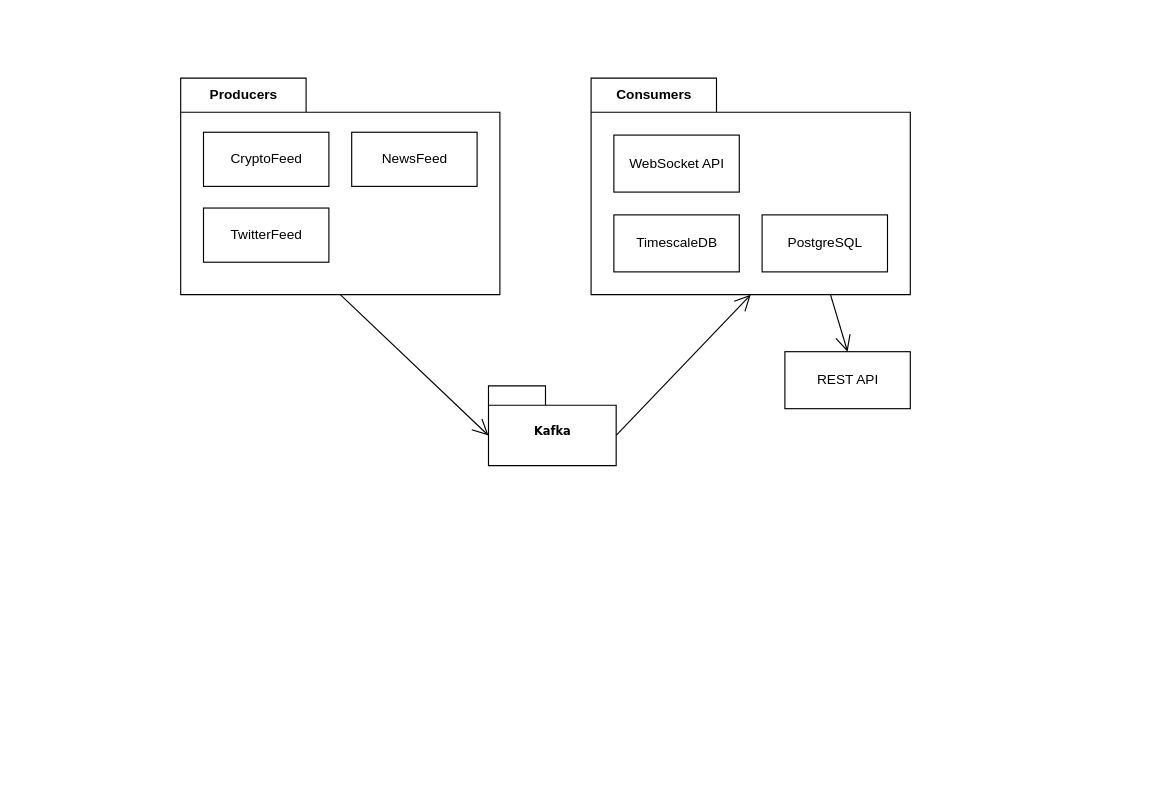
The draw.io diagram Untitled Diagram.drawio in alphabit1/arbi, before the edit. Source tidied: cells renumbered, new cells numbered last; positions are measured from the earlier drawing's top-left corner, leaving out a move shared by most shapes. Both pictures are drawn from the tidied source at 114%, with x=0, y=0 at pixel (180, 78).
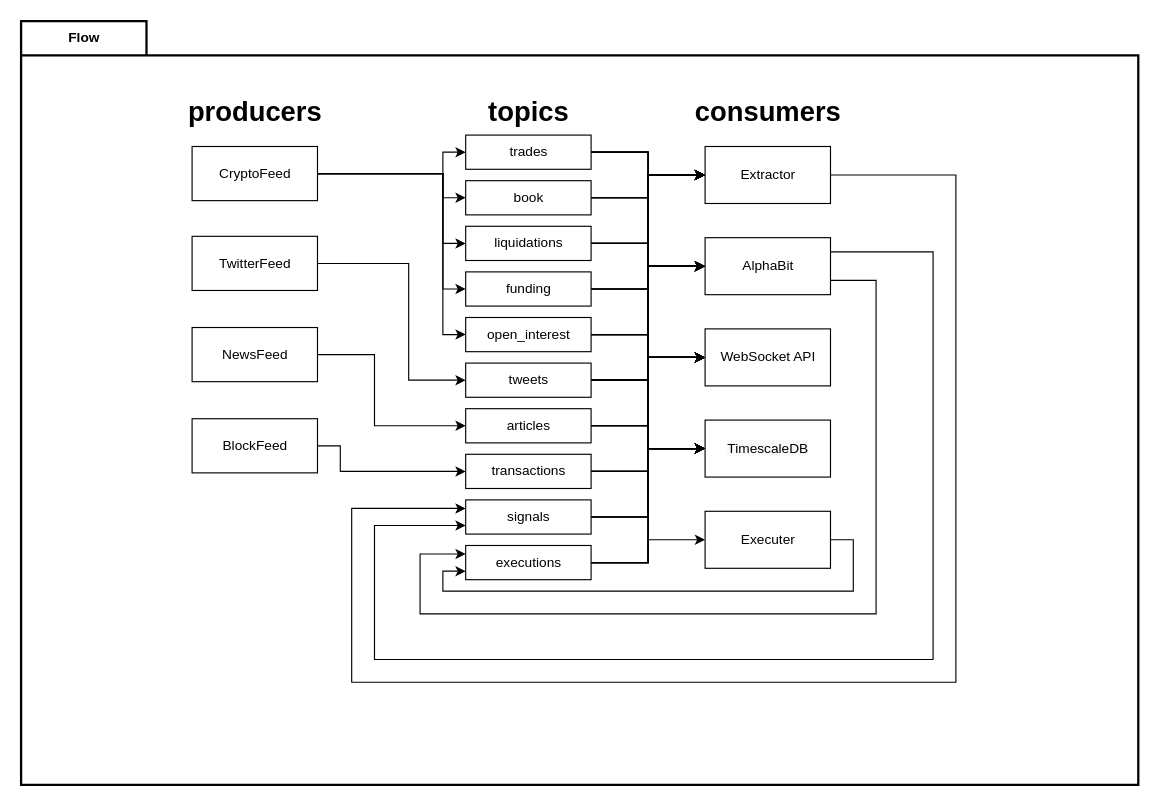
Above is the later version.

Diff of the diagram source:
```diff
@@
-    <mxCell id="2" value="Kafka" style="shape=folder;fontStyle=1;spacingTop=10;tabWidth=50;tabHeight=17;tabPosition=left;html=1;rounded=0;shadow=0;comic=0;labelBackgroundColor=none;strokeWidth=1;fontFamily=Verdana;fontSize=10;align=center;" parent="1" vertex="1">
-      <mxGeometry x="270" y="270" width="112" height="70" as="geometry" />
-    </mxCell>
-    <mxCell id="3" style="group;" parent="1" vertex="1">
-      <mxGeometry width="290" height="190" as="geometry" />
-    </mxCell>
-    <mxCell id="4" value="Producers" style="shape=folder;fontStyle=1;tabWidth=110;tabHeight=30;tabPosition=left;html=1;boundedLbl=1;labelInHeader=1;" parent="3" vertex="1">
-      <mxGeometry width="280" height="190" as="geometry" />
-    </mxCell>
+    <mxCell id="17" value="Flow" style="shape=folder;fontStyle=1;tabWidth=110;tabHeight=30;tabPosition=left;html=1;boundedLbl=1;labelInHeader=1;rounded=0;strokeColor=#000000;strokeWidth=2;fillColor=#FFFFFF;gradientColor=none;" parent="1" vertex="1">
+      <mxGeometry x="-140" y="-50" width="980" height="670" as="geometry" />
+    </mxCell>
+    <mxCell id="18" style="edgeStyle=orthogonalEdgeStyle;rounded=0;jettySize=auto;html=1;entryX=0;entryY=0.5;entryDx=0;entryDy=0;" parent="1" edge="1" source="73" target="81">
+      <mxGeometry relative="1" as="geometry" />
+    </mxCell>
+    <mxCell id="19" style="edgeStyle=orthogonalEdgeStyle;rounded=0;jettySize=auto;html=1;entryX=0;entryY=0.5;entryDx=0;entryDy=0;" parent="1" edge="1" source="68" target="81">
+      <mxGeometry relative="1" as="geometry" />
+    </mxCell>
+    <mxCell id="20" style="edgeStyle=orthogonalEdgeStyle;rounded=0;jettySize=auto;html=1;entryX=0;entryY=0.5;entryDx=0;entryDy=0;" parent="1" edge="1" source="74" target="81">
+      <mxGeometry relative="1" as="geometry" />
+    </mxCell>
+    <mxCell id="21" style="edgeStyle=orthogonalEdgeStyle;rounded=0;jettySize=auto;html=1;entryX=0;entryY=0.5;entryDx=0;entryDy=0;" parent="1" edge="1" source="75" target="81">
+      <mxGeometry relative="1" as="geometry" />
+    </mxCell>
+    <mxCell id="22" style="edgeStyle=orthogonalEdgeStyle;rounded=0;jettySize=auto;html=1;entryX=0;entryY=0.5;entryDx=0;entryDy=0;" parent="1" edge="1" source="76" target="81">
+      <mxGeometry relative="1" as="geometry" />
+    </mxCell>
+    <mxCell id="23" style="edgeStyle=orthogonalEdgeStyle;rounded=0;jettySize=auto;html=1;entryX=0;entryY=0.5;entryDx=0;entryDy=0;" parent="1" edge="1" source="69" target="81">
+      <mxGeometry relative="1" as="geometry" />
+    </mxCell>
+    <mxCell id="24" style="edgeStyle=orthogonalEdgeStyle;rounded=0;jettySize=auto;html=1;entryX=0;entryY=0.5;entryDx=0;entryDy=0;" parent="1" edge="1" source="70" target="81">
+      <mxGeometry relative="1" as="geometry" />
+    </mxCell>
+    <mxCell id="25" style="edgeStyle=orthogonalEdgeStyle;rounded=0;jettySize=auto;html=1;entryX=0;entryY=0.5;entryDx=0;entryDy=0;" parent="1" edge="1" source="71" target="81">
+      <mxGeometry relative="1" as="geometry" />
+    </mxCell>
+    <mxCell id="26" style="edgeStyle=orthogonalEdgeStyle;rounded=0;jettySize=auto;html=1;entryX=0;entryY=0.5;entryDx=0;entryDy=0;" parent="1" edge="1" source="72" target="81">
+      <mxGeometry relative="1" as="geometry" />
+    </mxCell>
+    <mxCell id="27" style="edgeStyle=orthogonalEdgeStyle;rounded=0;jettySize=auto;html=1;entryX=0;entryY=0.5;entryDx=0;entryDy=0;" parent="1" edge="1" source="77" target="12">
+      <mxGeometry relative="1" as="geometry">
+        <Array as="points">
+          <mxPoint x="410" y="425" />
+          <mxPoint x="410" y="405" />
+        </Array>
+      </mxGeometry>
+    </mxCell>
+    <mxCell id="28" style="edgeStyle=orthogonalEdgeStyle;rounded=0;jettySize=auto;html=1;entryX=0;entryY=0.5;entryDx=0;entryDy=0;exitX=1;exitY=0.5;exitDx=0;exitDy=0;" parent="1" edge="1" source="73" target="80">
+      <mxGeometry relative="1" as="geometry" />
+    </mxCell>
+    <mxCell id="29" style="edgeStyle=orthogonalEdgeStyle;rounded=0;jettySize=auto;html=1;entryX=0;entryY=0.5;entryDx=0;entryDy=0;exitX=1;exitY=0.5;exitDx=0;exitDy=0;" parent="1" edge="1" source="68" target="80">
+      <mxGeometry relative="1" as="geometry" />
+    </mxCell>
+    <mxCell id="30" style="edgeStyle=orthogonalEdgeStyle;rounded=0;jettySize=auto;html=1;entryX=0;entryY=0.5;entryDx=0;entryDy=0;exitX=1;exitY=0.5;exitDx=0;exitDy=0;" parent="1" edge="1" source="74" target="80">
+      <mxGeometry relative="1" as="geometry" />
+    </mxCell>
+    <mxCell id="31" style="edgeStyle=orthogonalEdgeStyle;rounded=0;jettySize=auto;html=1;entryX=0;entryY=0.5;entryDx=0;entryDy=0;exitX=1;exitY=0.5;exitDx=0;exitDy=0;" parent="1" edge="1" source="75" target="80">
+      <mxGeometry relative="1" as="geometry" />
+    </mxCell>
+    <mxCell id="32" style="edgeStyle=orthogonalEdgeStyle;rounded=0;jettySize=auto;html=1;entryX=0;entryY=0.5;entryDx=0;entryDy=0;exitX=1;exitY=0.5;exitDx=0;exitDy=0;" parent="1" edge="1" source="76" target="80">
+      <mxGeometry relative="1" as="geometry" />
+    </mxCell>
+    <mxCell id="33" style="edgeStyle=orthogonalEdgeStyle;rounded=0;jettySize=auto;html=1;entryX=0;entryY=0.5;entryDx=0;entryDy=0;exitX=1;exitY=0.5;exitDx=0;exitDy=0;" parent="1" edge="1" source="69" target="80">
+      <mxGeometry relative="1" as="geometry" />
+    </mxCell>
+    <mxCell id="34" style="edgeStyle=orthogonalEdgeStyle;rounded=0;jettySize=auto;html=1;entryX=0;entryY=0.5;entryDx=0;entryDy=0;exitX=1;exitY=0.5;exitDx=0;exitDy=0;" parent="1" edge="1" source="69" target="80">
+      <mxGeometry relative="1" as="geometry" />
+    </mxCell>
+    <mxCell id="35" style="edgeStyle=orthogonalEdgeStyle;rounded=0;jettySize=auto;html=1;entryX=0;entryY=0.5;entryDx=0;entryDy=0;exitX=1;exitY=0.5;exitDx=0;exitDy=0;" parent="1" edge="1" source="70" target="80">
+      <mxGeometry relative="1" as="geometry" />
+    </mxCell>
+    <mxCell id="36" style="edgeStyle=orthogonalEdgeStyle;rounded=0;jettySize=auto;html=1;entryX=0;entryY=0.5;entryDx=0;entryDy=0;exitX=1;exitY=0.5;exitDx=0;exitDy=0;" parent="1" edge="1" source="71" target="80">
+      <mxGeometry relative="1" as="geometry" />
+    </mxCell>
+    <mxCell id="37" style="edgeStyle=orthogonalEdgeStyle;rounded=0;jettySize=auto;html=1;entryX=0;entryY=0.5;entryDx=0;entryDy=0;exitX=1;exitY=0.5;exitDx=0;exitDy=0;" parent="1" edge="1" source="72" target="80">
+      <mxGeometry relative="1" as="geometry" />
+    </mxCell>
+    <mxCell id="38" style="edgeStyle=orthogonalEdgeStyle;rounded=0;jettySize=auto;html=1;entryX=0;entryY=0.5;entryDx=0;entryDy=0;exitX=1;exitY=0.5;exitDx=0;exitDy=0;" parent="1" edge="1" source="73" target="79">
+      <mxGeometry relative="1" as="geometry" />
+    </mxCell>
+    <mxCell id="39" style="edgeStyle=orthogonalEdgeStyle;rounded=0;jettySize=auto;html=1;entryX=0;entryY=0.5;entryDx=0;entryDy=0;exitX=1;exitY=0.5;exitDx=0;exitDy=0;" parent="1" edge="1" source="68" target="79">
+      <mxGeometry relative="1" as="geometry" />
+    </mxCell>
+    <mxCell id="40" style="edgeStyle=orthogonalEdgeStyle;rounded=0;jettySize=auto;html=1;entryX=0;entryY=0.5;entryDx=0;entryDy=0;exitX=1;exitY=0.5;exitDx=0;exitDy=0;" parent="1" edge="1" source="74" target="79">
+      <mxGeometry relative="1" as="geometry" />
+    </mxCell>
+    <mxCell id="41" style="edgeStyle=orthogonalEdgeStyle;rounded=0;jettySize=auto;html=1;entryX=0;entryY=0.5;entryDx=0;entryDy=0;exitX=1;exitY=0.5;exitDx=0;exitDy=0;" parent="1" edge="1" source="75" target="79">
+      <mxGeometry relative="1" as="geometry" />
+    </mxCell>
+    <mxCell id="42" style="edgeStyle=orthogonalEdgeStyle;rounded=0;jettySize=auto;html=1;entryX=0;entryY=0.5;entryDx=0;entryDy=0;exitX=1;exitY=0.5;exitDx=0;exitDy=0;" parent="1" edge="1" source="76" target="79">
+      <mxGeometry relative="1" as="geometry" />
+    </mxCell>
+    <mxCell id="43" style="edgeStyle=orthogonalEdgeStyle;rounded=0;jettySize=auto;html=1;entryX=0;entryY=0.5;entryDx=0;entryDy=0;exitX=1;exitY=0.5;exitDx=0;exitDy=0;" parent="1" edge="1" source="69" target="79">
+      <mxGeometry relative="1" as="geometry" />
+    </mxCell>
+    <mxCell id="44" style="edgeStyle=orthogonalEdgeStyle;rounded=0;jettySize=auto;html=1;entryX=0;entryY=0.5;entryDx=0;entryDy=0;exitX=1;exitY=0.5;exitDx=0;exitDy=0;" parent="1" edge="1" source="70" target="79">
+      <mxGeometry relative="1" as="geometry" />
+    </mxCell>
+    <mxCell id="45" style="edgeStyle=orthogonalEdgeStyle;rounded=0;jettySize=auto;html=1;entryX=0;entryY=0.5;entryDx=0;entryDy=0;exitX=1;exitY=0.5;exitDx=0;exitDy=0;" parent="1" edge="1" source="71" target="79">
+      <mxGeometry relative="1" as="geometry" />
+    </mxCell>
+    <mxCell id="46" style="edgeStyle=orthogonalEdgeStyle;rounded=0;jettySize=auto;html=1;entryX=0;entryY=0.5;entryDx=0;entryDy=0;exitX=1;exitY=0.5;exitDx=0;exitDy=0;" parent="1" edge="1" source="72" target="79">
+      <mxGeometry relative="1" as="geometry" />
+    </mxCell>
+    <mxCell id="47" style="edgeStyle=orthogonalEdgeStyle;rounded=0;jettySize=auto;html=1;entryX=0;entryY=0.5;entryDx=0;entryDy=0;exitX=1;exitY=0.5;exitDx=0;exitDy=0;" parent="1" edge="1" source="72" target="11">
+      <mxGeometry relative="1" as="geometry" />
+    </mxCell>
+    <mxCell id="48" style="edgeStyle=orthogonalEdgeStyle;rounded=0;jettySize=auto;html=1;entryX=0;entryY=0.5;entryDx=0;entryDy=0;exitX=1;exitY=0.5;exitDx=0;exitDy=0;" parent="1" edge="1" source="71" target="11">
+      <mxGeometry relative="1" as="geometry" />
+    </mxCell>
+    <mxCell id="49" style="edgeStyle=orthogonalEdgeStyle;rounded=0;jettySize=auto;html=1;entryX=0;entryY=0.5;entryDx=0;entryDy=0;exitX=1;exitY=0.5;exitDx=0;exitDy=0;" parent="1" edge="1" source="70" target="11">
+      <mxGeometry relative="1" as="geometry" />
+    </mxCell>
+    <mxCell id="50" style="edgeStyle=orthogonalEdgeStyle;rounded=0;jettySize=auto;html=1;entryX=0;entryY=0.5;entryDx=0;entryDy=0;exitX=1;exitY=0.5;exitDx=0;exitDy=0;" parent="1" edge="1" source="69" target="11">
+      <mxGeometry relative="1" as="geometry" />
+    </mxCell>
+    <mxCell id="51" style="edgeStyle=orthogonalEdgeStyle;rounded=0;jettySize=auto;html=1;entryX=0;entryY=0.5;entryDx=0;entryDy=0;exitX=1;exitY=0.5;exitDx=0;exitDy=0;" parent="1" edge="1" source="76" target="11">
+      <mxGeometry relative="1" as="geometry" />
+    </mxCell>
+    <mxCell id="52" style="edgeStyle=orthogonalEdgeStyle;rounded=0;jettySize=auto;html=1;entryX=0;entryY=0.5;entryDx=0;entryDy=0;exitX=1;exitY=0.5;exitDx=0;exitDy=0;" parent="1" edge="1" source="75" target="11">
+      <mxGeometry relative="1" as="geometry" />
+    </mxCell>
+    <mxCell id="53" style="edgeStyle=orthogonalEdgeStyle;rounded=0;jettySize=auto;html=1;entryX=0;entryY=0.5;entryDx=0;entryDy=0;exitX=1;exitY=0.5;exitDx=0;exitDy=0;" parent="1" edge="1" source="74" target="11">
+      <mxGeometry relative="1" as="geometry" />
+    </mxCell>
+    <mxCell id="54" style="edgeStyle=orthogonalEdgeStyle;rounded=0;jettySize=auto;html=1;entryX=0;entryY=0.5;entryDx=0;entryDy=0;exitX=1;exitY=0.5;exitDx=0;exitDy=0;" parent="1" edge="1" source="68" target="11">
+      <mxGeometry relative="1" as="geometry" />
+    </mxCell>
+    <mxCell id="55" style="edgeStyle=orthogonalEdgeStyle;rounded=0;jettySize=auto;html=1;entryX=0;entryY=0.5;entryDx=0;entryDy=0;exitX=1;exitY=0.5;exitDx=0;exitDy=0;" parent="1" edge="1" source="73" target="11">
+      <mxGeometry relative="1" as="geometry" />
+    </mxCell>
+    <mxCell id="56" style="edgeStyle=orthogonalEdgeStyle;rounded=0;jettySize=auto;html=1;entryX=0;entryY=0.25;entryDx=0;entryDy=0;" parent="1" edge="1" source="80" target="72">
+      <mxGeometry relative="1" as="geometry">
+        <Array as="points">
+          <mxPoint x="680" y="85" />
+          <mxPoint x="680" y="530" />
+          <mxPoint x="150" y="530" />
+          <mxPoint x="150" y="378" />
+        </Array>
+      </mxGeometry>
+    </mxCell>
+    <mxCell id="57" style="edgeStyle=orthogonalEdgeStyle;rounded=0;jettySize=auto;html=1;entryX=0;entryY=0.75;entryDx=0;entryDy=0;exitX=1;exitY=0.25;exitDx=0;exitDy=0;" parent="1" edge="1" source="81" target="72">
+      <mxGeometry relative="1" as="geometry">
+        <Array as="points">
+          <mxPoint x="660" y="153" />
+          <mxPoint x="660" y="510" />
+          <mxPoint x="170" y="510" />
+          <mxPoint x="170" y="393" />
+        </Array>
+      </mxGeometry>
+    </mxCell>
+    <mxCell id="58" style="edgeStyle=orthogonalEdgeStyle;rounded=0;jettySize=auto;html=1;entryX=0;entryY=0.5;entryDx=0;entryDy=0;" parent="1" edge="1" source="5" target="73">
+      <mxGeometry relative="1" as="geometry">
+        <Array as="points">
+          <mxPoint x="230" y="84" />
+          <mxPoint x="230" y="65" />
+        </Array>
+      </mxGeometry>
+    </mxCell>
+    <mxCell id="59" style="edgeStyle=orthogonalEdgeStyle;rounded=0;jettySize=auto;html=1;entryX=0;entryY=0.5;entryDx=0;entryDy=0;exitX=1;exitY=0.5;exitDx=0;exitDy=0;" parent="1" edge="1" source="5" target="68">
+      <mxGeometry relative="1" as="geometry">
+        <Array as="points">
+          <mxPoint x="230" y="84" />
+          <mxPoint x="230" y="105" />
+        </Array>
+      </mxGeometry>
+    </mxCell>
+    <mxCell id="60" style="edgeStyle=orthogonalEdgeStyle;rounded=0;jettySize=auto;html=1;entryX=0;entryY=0.5;entryDx=0;entryDy=0;exitX=1;exitY=0.5;exitDx=0;exitDy=0;" parent="1" edge="1" source="5" target="74">
+      <mxGeometry relative="1" as="geometry">
+        <Array as="points">
+          <mxPoint x="230" y="84" />
+          <mxPoint x="230" y="145" />
+        </Array>
+      </mxGeometry>
+    </mxCell>
+    <mxCell id="61" style="edgeStyle=orthogonalEdgeStyle;rounded=0;jettySize=auto;html=1;entryX=0;entryY=0.5;entryDx=0;entryDy=0;exitX=1;exitY=0.5;exitDx=0;exitDy=0;" parent="1" edge="1" source="5" target="75">
+      <mxGeometry relative="1" as="geometry">
+        <Array as="points">
+          <mxPoint x="230" y="84" />
+          <mxPoint x="230" y="185" />
+        </Array>
+      </mxGeometry>
+    </mxCell>
+    <mxCell id="62" style="edgeStyle=orthogonalEdgeStyle;rounded=0;jettySize=auto;html=1;entryX=0;entryY=0.5;entryDx=0;entryDy=0;exitX=1;exitY=0.5;exitDx=0;exitDy=0;" parent="1" edge="1" source="5" target="76">
+      <mxGeometry relative="1" as="geometry">
+        <Array as="points">
+          <mxPoint x="230" y="84" />
+          <mxPoint x="230" y="225" />
+        </Array>
+      </mxGeometry>
+    </mxCell>
+    <mxCell id="63" style="edgeStyle=orthogonalEdgeStyle;rounded=0;jettySize=auto;html=1;entryX=0;entryY=0.5;entryDx=0;entryDy=0;" parent="1" edge="1" source="7" target="69">
+      <mxGeometry relative="1" as="geometry">
+        <Array as="points">
+          <mxPoint x="200" y="163" />
+          <mxPoint x="200" y="265" />
+        </Array>
+      </mxGeometry>
+    </mxCell>
+    <mxCell id="64" style="edgeStyle=orthogonalEdgeStyle;rounded=0;jettySize=auto;html=1;entryX=0;entryY=0.5;entryDx=0;entryDy=0;" parent="1" edge="1" source="6" target="70">
+      <mxGeometry relative="1" as="geometry">
+        <Array as="points">
+          <mxPoint x="170" y="243" />
+          <mxPoint x="170" y="305" />
+        </Array>
+      </mxGeometry>
+    </mxCell>
+    <mxCell id="6" value="NewsFeed" style="html=1;" parent="1" vertex="1">
+      <mxGeometry x="10" y="218.8" width="110" height="47.5" as="geometry" />
+    </mxCell>
-    <mxCell id="5" value="CryptoFeed" style="html=1;" parent="3" vertex="1">
-      <mxGeometry x="20" y="47.5" width="110" height="47.5" as="geometry" />
+    <mxCell id="5" value="CryptoFeed" style="html=1;" parent="1" vertex="1">
+      <mxGeometry x="10" y="60" width="110" height="47.5" as="geometry" />
     </mxCell>
-    <mxCell id="6" value="NewsFeed" style="html=1;" parent="3" vertex="1">
-      <mxGeometry x="150" y="47.5" width="110" height="47.5" as="geometry" />
-    </mxCell>
-    <mxCell id="7" value="TwitterFeed" style="html=1;" parent="3" vertex="1">
-      <mxGeometry x="20" y="114" width="110" height="47.5" as="geometry" />
+    <mxCell id="7" value="TwitterFeed" style="html=1;" parent="1" vertex="1">
+      <mxGeometry x="10" y="138.8" width="110" height="47.5" as="geometry" />
     </mxCell>
-    <mxCell id="8" value="REST API" style="html=1;" parent="1" vertex="1">
-      <mxGeometry x="530" y="240" width="110" height="50" as="geometry" />
-    </mxCell>
-    <mxCell id="9" style="group;" parent="1" vertex="1">
-      <mxGeometry x="360" width="280" height="190" as="geometry" />
-    </mxCell>
-    <mxCell id="10" value="Consumers" style="shape=folder;fontStyle=1;tabWidth=110;tabHeight=30;tabPosition=left;html=1;boundedLbl=1;labelInHeader=1;" parent="9" vertex="1">
-      <mxGeometry width="280" height="190" as="geometry" />
-    </mxCell>
+    <mxCell id="65" style="edgeStyle=orthogonalEdgeStyle;rounded=0;jettySize=auto;html=1;entryX=0;entryY=0.5;entryDx=0;entryDy=0;" parent="1" edge="1" source="66" target="71">
+      <mxGeometry relative="1" as="geometry">
+        <Array as="points">
+          <mxPoint x="140" y="323" />
+          <mxPoint x="140" y="345" />
+        </Array>
+      </mxGeometry>
+    </mxCell>
+    <mxCell id="66" value="BlockFeed" style="html=1;" parent="1" vertex="1">
+      <mxGeometry x="10" y="298.8" width="110" height="47.5" as="geometry" />
+    </mxCell>
+    <mxCell id="67" style="group;" parent="1" vertex="1">
+      <mxGeometry x="250" y="50" width="110" height="390" as="geometry" />
+    </mxCell>
+    <mxCell id="68" value="book" style="html=1;" parent="67" vertex="1">
+      <mxGeometry y="40" width="110" height="30" as="geometry" />
+    </mxCell>
+    <mxCell id="69" value="tweets" style="html=1;" parent="67" vertex="1">
+      <mxGeometry y="200" width="110" height="30" as="geometry" />
+    </mxCell>
+    <mxCell id="70" value="articles" style="html=1;" parent="67" vertex="1">
+      <mxGeometry y="240" width="110" height="30" as="geometry" />
+    </mxCell>
+    <mxCell id="71" value="transactions" style="html=1;" parent="67" vertex="1">
+      <mxGeometry y="280" width="110" height="30" as="geometry" />
+    </mxCell>
+    <mxCell id="72" value="signals" style="html=1;" parent="67" vertex="1">
+      <mxGeometry y="320" width="110" height="30" as="geometry" />
+    </mxCell>
+    <mxCell id="73" value="trades" style="html=1;" parent="67" vertex="1">
+      <mxGeometry width="110" height="30" as="geometry" />
+    </mxCell>
+    <mxCell id="74" value="liquidations" style="html=1;" parent="67" vertex="1">
+      <mxGeometry y="80" width="110" height="30" as="geometry" />
+    </mxCell>
+    <mxCell id="75" value="funding" style="html=1;" parent="67" vertex="1">
+      <mxGeometry y="120" width="110" height="30" as="geometry" />
+    </mxCell>
+    <mxCell id="76" value="open_interest" style="html=1;" parent="67" vertex="1">
+      <mxGeometry y="160" width="110" height="30" as="geometry" />
+    </mxCell>
+    <mxCell id="77" value="executions" style="html=1;" parent="67" vertex="1">
+      <mxGeometry y="360" width="110" height="30" as="geometry" />
+    </mxCell>
+    <mxCell id="78" style="group;" parent="1" vertex="1">
+      <mxGeometry x="460" y="60" width="110" height="370" as="geometry" />
+    </mxCell>
-    <mxCell id="11" value="WebSocket API" style="html=1;" parent="9" vertex="1">
-      <mxGeometry x="20" y="50" width="110" height="50" as="geometry" />
+    <mxCell id="11" value="&lt;span style=&quot;color: rgb(0, 0, 0); font-family: helvetica; font-size: 12px; font-style: normal; font-weight: 400; letter-spacing: normal; text-align: center; text-indent: 0px; text-transform: none; word-spacing: 0px; background-color: rgb(248, 249, 250); display: inline; float: none;&quot;&gt;TimescaleDB&lt;/span&gt;" style="html=1;" parent="78" vertex="1">
+      <mxGeometry y="240" width="110" height="50" as="geometry" />
     </mxCell>
-    <mxCell id="12" value="TimescaleDB" style="html=1;" parent="9" vertex="1">
-      <mxGeometry x="20" y="120" width="110" height="50" as="geometry" />
+    <mxCell id="12" value="Executer" style="html=1;" parent="78" vertex="1">
+      <mxGeometry y="320" width="110" height="50" as="geometry" />
     </mxCell>
-    <mxCell id="13" value="PostgreSQL" style="html=1;" parent="9" vertex="1">
-      <mxGeometry x="150" y="120" width="110" height="50" as="geometry" />
-    </mxCell>
-    <mxCell id="14" style="endArrow=open;endFill=1;endSize=12;html=1;exitX=0.5;exitY=1;exitDx=0;exitDy=0;exitPerimeter=0;entryX=0;entryY=0;entryDx=0;entryDy=43.5;entryPerimeter=0;" parent="1" edge="1" source="4" target="2">
-      <mxGeometry relative="1" as="geometry" />
-    </mxCell>
-    <mxCell id="15" style="endArrow=open;endFill=1;endSize=12;html=1;entryX=0.5;entryY=1;entryDx=0;entryDy=0;entryPerimeter=0;exitX=0;exitY=0;exitDx=112;exitDy=43.5;exitPerimeter=0;" parent="1" edge="1" source="2" target="10">
-      <mxGeometry relative="1" as="geometry" />
-    </mxCell>
-    <mxCell id="16" style="endArrow=open;endFill=1;endSize=12;html=1;exitX=0.75;exitY=1;exitDx=0;exitDy=0;exitPerimeter=0;entryX=0.5;entryY=0;entryDx=0;entryDy=0;" parent="1" edge="1" source="10" target="8">
-      <mxGeometry relative="1" as="geometry" />
-    </mxCell>
+    <mxCell id="79" value="WebSocket API" style="html=1;" parent="78" vertex="1">
+      <mxGeometry y="160" width="110" height="50" as="geometry" />
+    </mxCell>
+    <mxCell id="80" value="Extractor" style="html=1;" parent="78" vertex="1">
+      <mxGeometry width="110" height="50" as="geometry" />
+    </mxCell>
+    <mxCell id="81" value="AlphaBit" style="html=1;" parent="78" vertex="1">
+      <mxGeometry y="80" width="110" height="50" as="geometry" />
+    </mxCell>
+    <mxCell id="82" style="edgeStyle=orthogonalEdgeStyle;rounded=0;jettySize=auto;html=1;exitX=1;exitY=0.5;exitDx=0;exitDy=0;entryX=0;entryY=0.5;entryDx=0;entryDy=0;" parent="1" edge="1" source="77" target="81">
+      <mxGeometry relative="1" as="geometry">
+        <Array as="points">
+          <mxPoint x="410" y="425" />
+          <mxPoint x="410" y="165" />
+        </Array>
+      </mxGeometry>
+    </mxCell>
+    <mxCell id="83" style="edgeStyle=orthogonalEdgeStyle;rounded=0;jettySize=auto;html=1;exitX=1;exitY=0.5;exitDx=0;exitDy=0;entryX=0;entryY=0.5;entryDx=0;entryDy=0;" parent="1" edge="1" source="77" target="11">
+      <mxGeometry relative="1" as="geometry" />
+    </mxCell>
+    <mxCell id="84" style="edgeStyle=orthogonalEdgeStyle;rounded=0;jettySize=auto;html=1;exitX=1;exitY=0.5;exitDx=0;exitDy=0;entryX=0;entryY=0.5;entryDx=0;entryDy=0;" parent="1" edge="1" source="77" target="79">
+      <mxGeometry relative="1" as="geometry" />
+    </mxCell>
+    <mxCell id="85" style="edgeStyle=orthogonalEdgeStyle;rounded=0;jettySize=auto;html=1;exitX=1;exitY=0.5;exitDx=0;exitDy=0;entryX=0;entryY=0.5;entryDx=0;entryDy=0;" parent="1" edge="1" source="77" target="80">
+      <mxGeometry relative="1" as="geometry" />
+    </mxCell>
+    <mxCell id="86" style="edgeStyle=orthogonalEdgeStyle;rounded=0;jettySize=auto;html=1;exitX=1;exitY=0.5;exitDx=0;exitDy=0;entryX=0;entryY=0.75;entryDx=0;entryDy=0;" parent="1" edge="1" source="12" target="77">
+      <mxGeometry relative="1" as="geometry">
+        <Array as="points">
+          <mxPoint x="590" y="405" />
+          <mxPoint x="590" y="450" />
+          <mxPoint x="230" y="450" />
+          <mxPoint x="230" y="433" />
+        </Array>
+      </mxGeometry>
+    </mxCell>
+    <mxCell id="87" style="edgeStyle=orthogonalEdgeStyle;rounded=0;jettySize=auto;html=1;exitX=1;exitY=0.75;exitDx=0;exitDy=0;entryX=0;entryY=0.25;entryDx=0;entryDy=0;" parent="1" edge="1" source="81" target="77">
+      <mxGeometry relative="1" as="geometry">
+        <Array as="points">
+          <mxPoint x="610" y="178" />
+          <mxPoint x="610" y="470" />
+          <mxPoint x="210" y="470" />
+          <mxPoint x="210" y="418" />
+        </Array>
+      </mxGeometry>
+    </mxCell>
+    <mxCell id="88" value="producers" style="text;strokeColor=none;fillColor=none;html=1;fontSize=24;fontStyle=1;verticalAlign=middle;align=center;rounded=0;" parent="1" vertex="1">
+      <mxGeometry x="15" y="10" width="100" height="40" as="geometry" />
+    </mxCell>
+    <mxCell id="89" value="topics" style="text;strokeColor=none;fillColor=none;html=1;fontSize=24;fontStyle=1;verticalAlign=middle;align=center;rounded=0;" parent="1" vertex="1">
+      <mxGeometry x="255" y="10" width="100" height="40" as="geometry" />
+    </mxCell>
+    <mxCell id="90" value="consumers" style="text;strokeColor=none;fillColor=none;html=1;fontSize=24;fontStyle=1;verticalAlign=middle;align=center;rounded=0;" parent="1" vertex="1">
+      <mxGeometry x="465" y="10" width="100" height="40" as="geometry" />
+    </mxCell>
```
